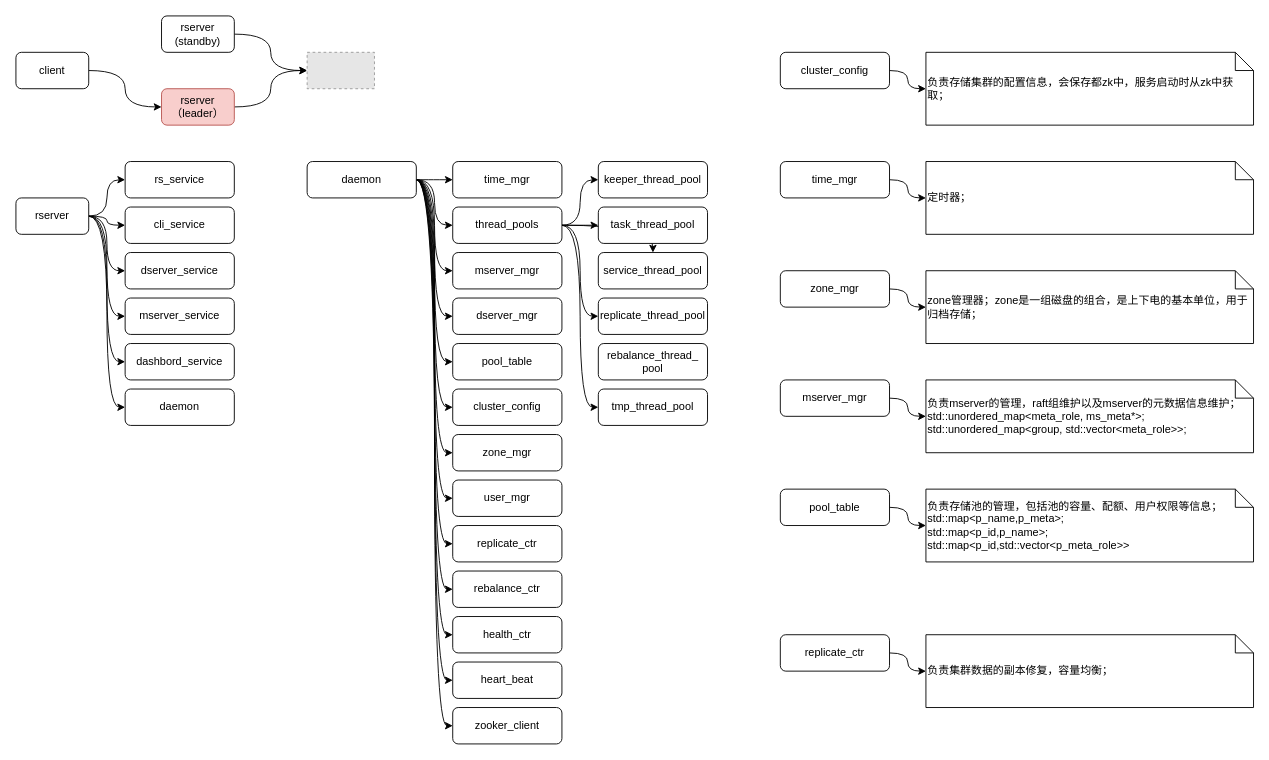
Earlier version of the draw.io diagram page "rserver" (2 of 4) of mind/bstore.drawio (EarthWind/deeparch). Source tidied: cells renumbered, new cells numbered last; positions are measured from the earlier drawing's top-left corner, leaving out a move shared by most shapes. Both pictures are drawn from the tidied source at 91%, with x=0, y=0 at pixel (15, 15). Pictures stored in the file or linked from it are replaced by grey dashed boxes.
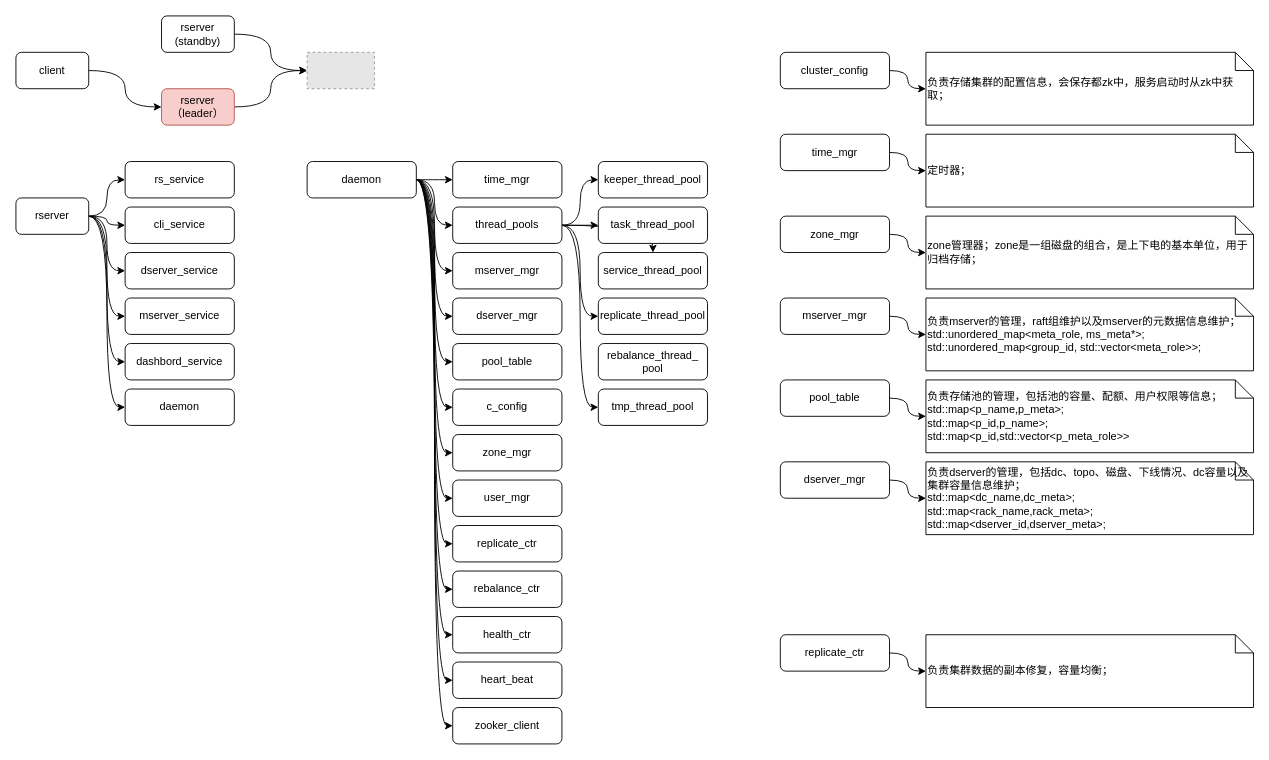
The same diagram, later.

Change to the diagram source:
```diff
@@
-    <mxCell id="52" value="cluster_config" style="whiteSpace=wrap;html=1;rounded=1;" parent="1" vertex="1">
+    <mxCell id="52" value="c_config" style="whiteSpace=wrap;html=1;rounded=1;" parent="1" vertex="1">
       <mxGeometry x="480" y="410" width="120" height="40" as="geometry" />
     </mxCell>
@@
     <mxCell id="67" value="time_mgr" style="whiteSpace=wrap;html=1;rounded=1;" parent="1" vertex="1">
-      <mxGeometry x="840" y="160" width="120" height="40" as="geometry" />
+      <mxGeometry x="840" y="130" width="120" height="40" as="geometry" />
     </mxCell>
     <mxCell id="68" value="定时器；" style="shape=note;size=20;whiteSpace=wrap;html=1;align=left;" parent="1" vertex="1">
-      <mxGeometry x="1000" y="160" width="360" height="80" as="geometry" />
+      <mxGeometry x="1000" y="130" width="360" height="80" as="geometry" />
     </mxCell>
@@
     <mxCell id="70" value="zone_mgr" style="whiteSpace=wrap;html=1;rounded=1;" parent="1" vertex="1">
-      <mxGeometry x="840" y="280" width="120" height="40" as="geometry" />
+      <mxGeometry x="840" y="220" width="120" height="40" as="geometry" />
     </mxCell>
     <mxCell id="71" value="zone管理器；zone是一组磁盘的组合，是上下电的基本单位，用于归档存储；" style="shape=note;size=20;whiteSpace=wrap;html=1;align=left;" parent="1" vertex="1">
-      <mxGeometry x="1000" y="280" width="360" height="80" as="geometry" />
+      <mxGeometry x="1000" y="220" width="360" height="80" as="geometry" />
     </mxCell>
@@
     <mxCell id="73" value="mserver_mgr" style="whiteSpace=wrap;html=1;rounded=1;" parent="1" vertex="1">
-      <mxGeometry x="840" y="400" width="120" height="40" as="geometry" />
+      <mxGeometry x="840" y="310" width="120" height="40" as="geometry" />
     </mxCell>
-    <mxCell id="74" value="负责mserver的管理，raft组维护以及mserver的元数据信息维护；&lt;br&gt;std::unordered_map&amp;lt;meta_role, ms_meta*&amp;gt;;&lt;br&gt;std::unordered_map&amp;lt;group, std::vector&amp;lt;meta_role&amp;gt;&amp;gt;;" style="shape=note;size=20;whiteSpace=wrap;html=1;align=left;" parent="1" vertex="1">
-      <mxGeometry x="1000" y="400" width="360" height="80" as="geometry" />
+    <mxCell id="74" value="负责mserver的管理，raft组维护以及mserver的元数据信息维护；&lt;br&gt;std::unordered_map&amp;lt;meta_role, ms_meta*&amp;gt;;&lt;br&gt;std::unordered_map&amp;lt;group_id, std::vector&amp;lt;meta_role&amp;gt;&amp;gt;;" style="shape=note;size=20;whiteSpace=wrap;html=1;align=left;" parent="1" vertex="1">
+      <mxGeometry x="1000" y="310" width="360" height="80" as="geometry" />
     </mxCell>
@@
     <mxCell id="76" value="pool_table" style="whiteSpace=wrap;html=1;rounded=1;" parent="1" vertex="1">
-      <mxGeometry x="840" y="520" width="120" height="40" as="geometry" />
+      <mxGeometry x="840" y="400" width="120" height="40" as="geometry" />
     </mxCell>
     <mxCell id="77" value="负责存储池的管理，包括池的容量、配额、用户权限等信息；&lt;br&gt;std::map&amp;lt;p_name,p_meta&amp;gt;;&lt;br&gt;std::map&amp;lt;p_id,p_name&amp;gt;;&lt;br&gt;std::map&amp;lt;p_id,std::vector&amp;lt;p_meta_role&amp;gt;&amp;gt;" style="shape=note;size=20;whiteSpace=wrap;html=1;align=left;" parent="1" vertex="1">
-      <mxGeometry x="1000" y="520" width="360" height="80" as="geometry" />
+      <mxGeometry x="1000" y="400" width="360" height="80" as="geometry" />
     </mxCell>
+    <mxCell id="78" style="edgeStyle=orthogonalEdgeStyle;curved=1;rounded=0;jettySize=auto;html=1;entryX=0;entryY=0.5;entryDx=0;entryDy=0;entryPerimeter=0;" parent="1" edge="1" source="79" target="80">
+      <mxGeometry relative="1" as="geometry" />
+    </mxCell>
+    <mxCell id="79" value="dserver_mgr" style="whiteSpace=wrap;html=1;rounded=1;" parent="1" vertex="1">
+      <mxGeometry x="840" y="490" width="120" height="40" as="geometry" />
+    </mxCell>
+    <mxCell id="80" value="负责dserver的管理，包括dc、topo、磁盘、下线情况、dc容量以及集群容量信息维护；&lt;br&gt;std::map&amp;lt;dc_name,dc_meta&amp;gt;;&lt;br&gt;std::map&amp;lt;rack_name,rack_meta&amp;gt;;&lt;br&gt;std::map&amp;lt;dserver_id,dserver_meta&amp;gt;;" style="shape=note;size=20;whiteSpace=wrap;html=1;align=left;" parent="1" vertex="1">
+      <mxGeometry x="1000" y="490" width="360" height="80" as="geometry" />
+    </mxCell>
```
